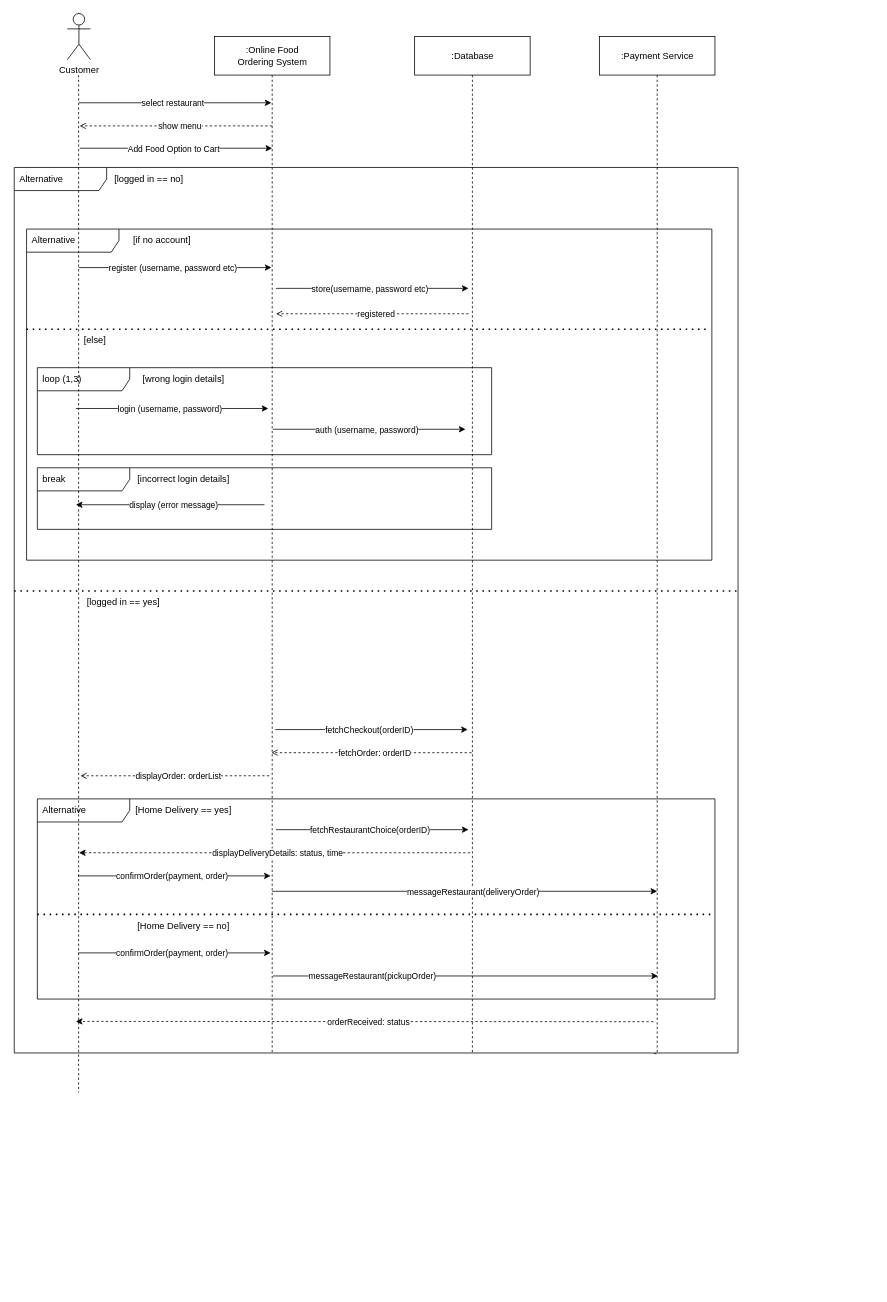
timhallberg/projectworkModellering keeps this draw.io diagram as page "Sequence diagram" (4 of 5) of Project work Modellering.drawio. Above is the earlier version. Source tidied: cells renumbered, new cells numbered last; positions are measured from the earlier drawing's top-left corner, leaving out a move shared by most shapes. Both pictures are drawn from the tidied source at 77%, with x=0, y=0 at pixel (14, 13).
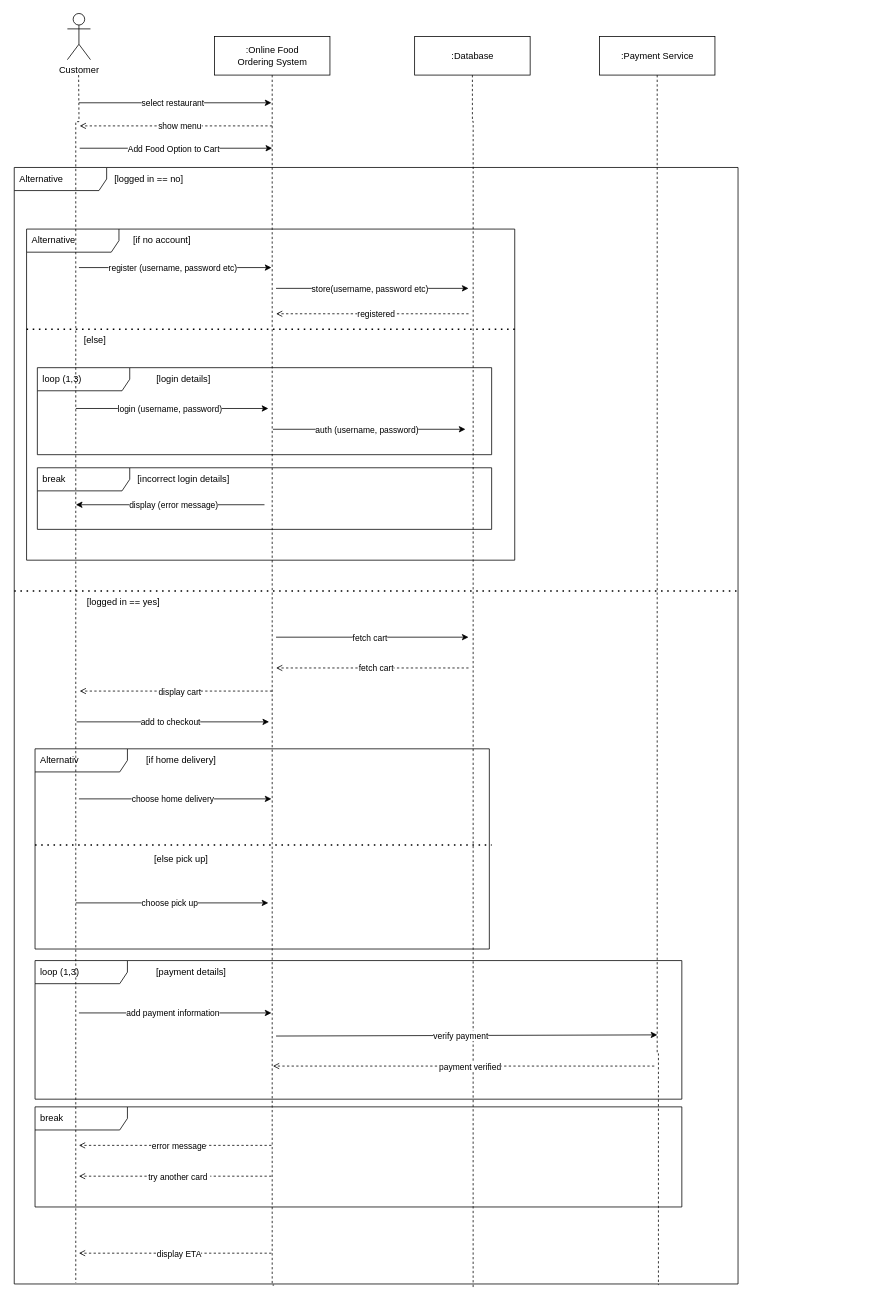
The same page after the edit.

Unchanged cells that the change refers to:
```xml
<mxCell id="5" value=":Online Food &lt;br&gt;Ordering System" style="html=1;" parent="1" vertex="1">
  <mxGeometry x="260" y="30" width="150" height="50" as="geometry" />
</mxCell>
<mxCell id="7" value=":Database" style="html=1;" parent="1" vertex="1">
  <mxGeometry x="520" y="30" width="150" height="50" as="geometry" />
</mxCell>
<mxCell id="16" value=":Payment Service" style="html=1;" parent="1" vertex="1">
  <mxGeometry x="760" y="30" width="150" height="50" as="geometry" />
</mxCell>
```

Change to the diagram source:
```diff
@@
     <mxCell id="2" value="Alternative" style="shape=umlFrame;whiteSpace=wrap;html=1;width=120;height=30;boundedLbl=1;verticalAlign=middle;align=left;spacingLeft=5;" parent="1" vertex="1">
-      <mxGeometry y="200" width="940" height="1150" as="geometry" />
+      <mxGeometry y="200" width="940" height="1450" as="geometry" />
     </mxCell>
     <mxCell id="3" value="Alternative" style="shape=umlFrame;whiteSpace=wrap;html=1;width=120;height=30;boundedLbl=1;verticalAlign=middle;align=left;spacingLeft=5;" parent="1" vertex="1">
-      <mxGeometry x="16" y="280" width="890" height="430" as="geometry" />
+      <mxGeometry x="16" y="280" width="634" height="430" as="geometry" />
     </mxCell>
-    <mxCell id="4" style="edgeStyle=orthogonalEdgeStyle;rounded=0;jettySize=auto;html=1;dashed=1;endArrow=none;endFill=0;" parent="1" edge="1" source="5">
+    <mxCell id="4" style="edgeStyle=orthogonalEdgeStyle;rounded=0;jettySize=auto;html=1;dashed=1;endArrow=none;endFill=0;entryX=0.359;entryY=1.001;entryDx=0;entryDy=0;entryPerimeter=0;" parent="1" edge="1" source="5" target="2">
       <mxGeometry relative="1" as="geometry">
-        <mxPoint x="335" y="1351.3" as="targetPoint" />
+        <Array as="points">
+          <mxPoint x="335" y="1651" />
+        </Array>
       </mxGeometry>
     </mxCell>
@@
-    <mxCell id="6" style="edgeStyle=orthogonalEdgeStyle;rounded=0;jettySize=auto;html=1;dashed=1;endArrow=none;endFill=0;" parent="1" edge="1" source="7">
-      <mxGeometry relative="1" as="geometry">
-        <mxPoint x="595" y="1351.7" as="targetPoint" />
-      </mxGeometry>
+    <mxCell id="6" style="edgeStyle=orthogonalEdgeStyle;rounded=0;jettySize=auto;html=1;dashed=1;endArrow=none;endFill=0;entryX=0.634;entryY=1.003;entryDx=0;entryDy=0;entryPerimeter=0;" parent="1" edge="1" source="7" target="2">
+      <mxGeometry relative="1" as="geometry" />
     </mxCell>
@@
-    <mxCell id="13" value="[wrong login details]" style="text;html=1;strokeColor=none;fillColor=none;align=center;verticalAlign=middle;whiteSpace=wrap;rounded=0;" parent="1" vertex="1">
+    <mxCell id="13" value="[login details]" style="text;html=1;strokeColor=none;fillColor=none;align=center;verticalAlign=middle;whiteSpace=wrap;rounded=0;" parent="1" vertex="1">
       <mxGeometry x="150" y="460" width="140" height="30" as="geometry" />
     </mxCell>
@@
-    <mxCell id="15" style="edgeStyle=orthogonalEdgeStyle;rounded=0;jettySize=auto;html=1;dashed=1;endArrow=none;endFill=0;" parent="1" edge="1" source="16">
+    <mxCell id="15" style="edgeStyle=orthogonalEdgeStyle;rounded=0;jettySize=auto;html=1;dashed=1;endArrow=none;endFill=0;entryX=0.89;entryY=1.001;entryDx=0;entryDy=0;entryPerimeter=0;" parent="1" edge="1" source="16" target="2">
       <mxGeometry relative="1" as="geometry">
-        <mxPoint x="830" y="1350.9" as="targetPoint" />
         <Array as="points">
           <mxPoint x="835" y="1351" />
+          <mxPoint x="837" y="1351" />
         </Array>
       </mxGeometry>
     </mxCell>
@@
-    <mxCell id="21" style="endArrow=classic;html=1;rounded=0;" parent="1" edge="1">
+    <mxCell id="21" value="&amp;nbsp;" style="endArrow=classic;html=1;rounded=0;" parent="1" edge="1">
       <mxGeometry relative="1" as="geometry">
-        <mxPoint x="339" y="930" as="sourcePoint" />
-        <mxPoint x="589" y="930" as="targetPoint" />
+        <mxPoint x="340" y="810" as="sourcePoint" />
+        <mxPoint x="590" y="810" as="targetPoint" />
       </mxGeometry>
     </mxCell>
-    <mxCell id="22" value="fetchCheckout(orderID)" style="edgeLabel;html=1;align=center;verticalAlign=middle;" parent="21" vertex="1">
+    <mxCell id="22" value="fetch cart" style="edgeLabel;html=1;align=center;verticalAlign=middle;" parent="21" vertex="1">
       <mxGeometry x="-0.03" relative="1" as="geometry" />
     </mxCell>
-    <mxCell id="23" style="endArrow=open;html=1;rounded=0;entryX=0.066;entryY=0.082;entryDx=0;entryDy=0;entryPerimeter=0;dashed=1;endFill=0;" parent="1" edge="1">
-      <mxGeometry relative="1" as="geometry">
-        <mxPoint x="593.9" y="960" as="sourcePoint" />
-        <mxPoint x="334" y="960" as="targetPoint" />
-      </mxGeometry>
-    </mxCell>
-    <mxCell id="24" value="fetchOrder: orderID" style="edgeLabel;html=1;align=center;verticalAlign=middle;" parent="23" vertex="1">
-      <mxGeometry x="-0.03" relative="1" as="geometry" />
-    </mxCell>
-    <mxCell id="25" style="endArrow=open;html=1;rounded=0;endSize=6;dashed=1;endFill=0;" parent="1" edge="1">
-      <mxGeometry relative="1" as="geometry">
-        <mxPoint x="331" y="990" as="sourcePoint" />
-        <mxPoint x="86" y="990" as="targetPoint" />
-      </mxGeometry>
-    </mxCell>
-    <mxCell id="26" value="displayOrder: orderList" style="edgeLabel;html=1;align=center;verticalAlign=middle;" parent="25" vertex="1">
-      <mxGeometry x="-0.03" relative="1" as="geometry" />
-    </mxCell>
@@
     <mxCell id="28" style="group;" parent="1" vertex="1">
-      <mxGeometry x="30" y="910" width="880" height="380" as="geometry" />
+      <mxGeometry x="27" y="910" width="1090" height="640" as="geometry" />
     </mxCell>
-    <mxCell id="29" value="Alternative" style="shape=umlFrame;whiteSpace=wrap;html=1;width=120;height=30;boundedLbl=1;verticalAlign=middle;align=left;spacingLeft=5;" parent="28" vertex="1">
-      <mxGeometry y="110" width="880" height="260" as="geometry" />
+    <mxCell id="29" value="Alternativ" style="shape=umlFrame;whiteSpace=wrap;html=1;width=120;height=30;boundedLbl=1;verticalAlign=middle;align=left;spacingLeft=5;" parent="28" vertex="1">
+      <mxGeometry y="45" width="590" height="260" as="geometry" />
     </mxCell>
-    <mxCell id="30" value="[Home Delivery == yes]" style="text;html=1;strokeColor=none;fillColor=none;align=center;verticalAlign=middle;whiteSpace=wrap;rounded=0;" parent="28" vertex="1">
-      <mxGeometry x="120" y="110" width="140" height="30" as="geometry" />
+    <mxCell id="30" value="[if home delivery]" style="text;html=1;strokeColor=none;fillColor=none;align=center;verticalAlign=middle;whiteSpace=wrap;rounded=0;" parent="28" vertex="1">
+      <mxGeometry x="120" y="45" width="140" height="30" as="geometry" />
     </mxCell>
     <mxCell id="31" style="endArrow=none;dashed=1;html=1;dashPattern=1 3;strokeWidth=2;rounded=0;" parent="28" edge="1">
       <mxGeometry relative="1" as="geometry">
-        <mxPoint y="260" as="sourcePoint" />
-        <mxPoint x="880" y="260" as="targetPoint" />
+        <mxPoint y="170" as="sourcePoint" />
+        <mxPoint x="593" y="170" as="targetPoint" />
       </mxGeometry>
     </mxCell>
-    <mxCell id="32" value="[Home Delivery == no]" style="text;html=1;strokeColor=none;fillColor=none;align=center;verticalAlign=middle;whiteSpace=wrap;rounded=0;" parent="28" vertex="1">
-      <mxGeometry x="120" y="260" width="140" height="30" as="geometry" />
+    <mxCell id="32" value="[else pick up]" style="text;html=1;strokeColor=none;fillColor=none;align=center;verticalAlign=middle;whiteSpace=wrap;rounded=0;" parent="28" vertex="1">
+      <mxGeometry x="120" y="173" width="140" height="30" as="geometry" />
     </mxCell>
-    <mxCell id="33" style="endArrow=classic;html=1;rounded=0;" parent="28" edge="1">
-      <mxGeometry relative="1" as="geometry">
-        <mxPoint x="53" y="210" as="sourcePoint" />
-        <mxPoint x="303" y="210" as="targetPoint" />
-      </mxGeometry>
-    </mxCell>
-    <mxCell id="34" value="confirmOrder(payment, order)" style="edgeLabel;html=1;align=center;verticalAlign=middle;" parent="33" vertex="1">
-      <mxGeometry x="-0.03" relative="1" as="geometry" />
-    </mxCell>
-    <mxCell id="35" style="endArrow=classic;html=1;rounded=0;" parent="28" edge="1">
-      <mxGeometry relative="1" as="geometry">
-        <mxPoint x="310" y="150" as="sourcePoint" />
-        <mxPoint x="560" y="150" as="targetPoint" />
-      </mxGeometry>
-    </mxCell>
-    <mxCell id="36" value="fetchRestaurantChoice(orderID)" style="edgeLabel;html=1;align=center;verticalAlign=middle;" parent="35" vertex="1">
-      <mxGeometry x="-0.03" relative="1" as="geometry" />
-    </mxCell>
-    <mxCell id="37" style="endArrow=classic;html=1;rounded=0;shadow=0;dashed=1;sketch=0;endSize=6;" parent="28" edge="1">
-      <mxGeometry relative="1" as="geometry">
-        <mxPoint x="562" y="180" as="sourcePoint" />
-        <mxPoint x="54" y="180" as="targetPoint" />
-      </mxGeometry>
-    </mxCell>
-    <mxCell id="38" value="displayDeliveryDetails: status, time" style="edgeLabel;html=1;align=center;verticalAlign=middle;" parent="37" vertex="1">
-      <mxGeometry x="-0.01" relative="1" as="geometry" />
-    </mxCell>
-    <mxCell id="39" style="endArrow=classic;html=1;rounded=0;shadow=0;sketch=0;endSize=6;" parent="28" edge="1">
-      <mxGeometry relative="1" as="geometry">
-        <mxPoint x="305" y="230" as="sourcePoint" />
-        <mxPoint x="805" y="230" as="targetPoint" />
-      </mxGeometry>
-    </mxCell>
-    <mxCell id="40" value="messageRestaurant(deliveryOrder)" style="edgeLabel;html=1;align=center;verticalAlign=middle;" parent="39" vertex="1">
-      <mxGeometry x="0.04" relative="1" as="geometry" />
-    </mxCell>
     <mxCell id="41" style="endArrow=classic;html=1;rounded=0;" parent="28" edge="1">
       <mxGeometry relative="1" as="geometry">
-        <mxPoint x="53" y="310" as="sourcePoint" />
-        <mxPoint x="303" y="310" as="targetPoint" />
+        <mxPoint x="53" y="245.1" as="sourcePoint" />
+        <mxPoint x="303" y="245.1" as="targetPoint" />
       </mxGeometry>
     </mxCell>
-    <mxCell id="42" value="confirmOrder(payment, order)" style="edgeLabel;html=1;align=center;verticalAlign=middle;" parent="41" vertex="1">
+    <mxCell id="42" value="choose pick up" style="edgeLabel;html=1;align=center;verticalAlign=middle;" parent="41" vertex="1">
       <mxGeometry x="-0.03" relative="1" as="geometry" />
     </mxCell>
-    <mxCell id="43" style="endArrow=classic;html=1;rounded=0;shadow=0;sketch=0;endSize=6;" parent="28" edge="1">
-      <mxGeometry relative="1" as="geometry">
-        <mxPoint x="306" y="340" as="sourcePoint" />
-        <mxPoint x="806" y="340" as="targetPoint" />
-      </mxGeometry>
-    </mxCell>
-    <mxCell id="44" value="messageRestaurant(pickupOrder)" style="edgeLabel;html=1;align=center;verticalAlign=middle;" parent="43" vertex="1">
-      <mxGeometry x="-0.49" y="1" relative="1" as="geometry" />
-    </mxCell>
-    <mxCell id="45" style="endArrow=classic;html=1;rounded=0;shadow=0;dashed=1;sketch=0;endSize=6;" parent="28" edge="1">
-      <mxGeometry relative="1" as="geometry">
-        <mxPoint x="800" y="399.4" as="sourcePoint" />
-        <mxPoint x="50" y="399" as="targetPoint" />
-      </mxGeometry>
-    </mxCell>
-    <mxCell id="46" value="orderReceived: status" style="edgeLabel;html=1;align=center;verticalAlign=middle;" parent="45" vertex="1">
-      <mxGeometry x="-0.01" relative="1" as="geometry" />
-    </mxCell>
+    <mxCell id="65" value="&amp;nbsp;" style="endArrow=classic;html=1;rounded=0;" parent="28" edge="1">
+      <mxGeometry relative="1" as="geometry">
+        <mxPoint x="54" y="10" as="sourcePoint" />
+        <mxPoint x="304" y="10" as="targetPoint" />
+      </mxGeometry>
+    </mxCell>
+    <mxCell id="66" value="add to checkout" style="edgeLabel;html=1;align=center;verticalAlign=middle;" parent="65" vertex="1">
+      <mxGeometry x="-0.03" relative="1" as="geometry" />
+    </mxCell>
+    <mxCell id="67" style="endArrow=classic;html=1;rounded=0;" parent="28" edge="1">
+      <mxGeometry relative="1" as="geometry">
+        <mxPoint x="57" y="110" as="sourcePoint" />
+        <mxPoint x="307" y="110" as="targetPoint" />
+      </mxGeometry>
+    </mxCell>
+    <mxCell id="68" value="choose home delivery" style="edgeLabel;html=1;align=center;verticalAlign=middle;" parent="67" vertex="1">
+      <mxGeometry x="-0.03" relative="1" as="geometry" />
+    </mxCell>
+    <mxCell id="69" style="endArrow=classic;html=1;rounded=0;" parent="28" edge="1">
+      <mxGeometry relative="1" as="geometry">
+        <mxPoint x="57" y="388" as="sourcePoint" />
+        <mxPoint x="307" y="388" as="targetPoint" />
+      </mxGeometry>
+    </mxCell>
+    <mxCell id="70" value="add payment information" style="edgeLabel;html=1;align=center;verticalAlign=middle;" parent="69" vertex="1">
+      <mxGeometry x="-0.03" relative="1" as="geometry" />
+    </mxCell>
+    <mxCell id="71" value="loop (1,3)" style="shape=umlFrame;whiteSpace=wrap;html=1;width=120;height=30;boundedLbl=1;verticalAlign=middle;align=left;spacingLeft=5;" parent="28" vertex="1">
+      <mxGeometry y="320" width="840" height="180" as="geometry" />
+    </mxCell>
+    <mxCell id="72" value="break" style="shape=umlFrame;whiteSpace=wrap;html=1;width=120;height=30;boundedLbl=1;verticalAlign=middle;align=left;spacingLeft=5;" parent="28" vertex="1">
+      <mxGeometry y="510" width="840" height="130" as="geometry" />
+    </mxCell>
+    <mxCell id="73" style="endArrow=open;html=1;rounded=0;entryX=0.066;entryY=0.082;entryDx=0;entryDy=0;entryPerimeter=0;dashed=1;endFill=0;" parent="28" edge="1">
+      <mxGeometry relative="1" as="geometry">
+        <mxPoint x="804.2" y="457" as="sourcePoint" />
+        <mxPoint x="309" y="457" as="targetPoint" />
+      </mxGeometry>
+    </mxCell>
+    <mxCell id="74" value="payment verified" style="edgeLabel;html=1;align=center;verticalAlign=middle;" parent="73" vertex="1">
+      <mxGeometry x="-0.03" relative="1" as="geometry" />
+    </mxCell>
+    <mxCell id="75" style="endArrow=open;html=1;rounded=0;entryX=0.066;entryY=0.082;entryDx=0;entryDy=0;entryPerimeter=0;dashed=1;endFill=0;" parent="28" edge="1">
+      <mxGeometry relative="1" as="geometry">
+        <mxPoint x="307" y="560" as="sourcePoint" />
+        <mxPoint x="57" y="560" as="targetPoint" />
+      </mxGeometry>
+    </mxCell>
+    <mxCell id="76" value="error message" style="edgeLabel;html=1;align=center;verticalAlign=middle;" parent="75" vertex="1">
+      <mxGeometry x="-0.03" relative="1" as="geometry" />
+    </mxCell>
+    <mxCell id="77" style="endArrow=open;html=1;rounded=0;entryX=0.066;entryY=0.082;entryDx=0;entryDy=0;entryPerimeter=0;dashed=1;endFill=0;" parent="28" edge="1">
+      <mxGeometry relative="1" as="geometry">
+        <mxPoint x="307" y="600" as="sourcePoint" />
+        <mxPoint x="57" y="600" as="targetPoint" />
+      </mxGeometry>
+    </mxCell>
+    <mxCell id="78" value="try another card&amp;nbsp;" style="edgeLabel;html=1;align=center;verticalAlign=middle;" parent="77" vertex="1">
+      <mxGeometry x="-0.03" relative="1" as="geometry" />
+    </mxCell>
-    <mxCell id="47" style="edgeStyle=orthogonalEdgeStyle;rounded=0;orthogonalLoop=1;jettySize=auto;html=1;dashed=1;endArrow=none;endFill=0;" parent="1" edge="1">
+    <mxCell id="47" style="edgeStyle=orthogonalEdgeStyle;rounded=0;jettySize=auto;html=1;dashed=1;endArrow=none;endFill=0;entryX=0.085;entryY=0.999;entryDx=0;entryDy=0;entryPerimeter=0;" parent="1" edge="1" target="2">
       <mxGeometry relative="1" as="geometry">
         <mxPoint x="83.6" y="80" as="sourcePoint" />
-        <mxPoint x="83.6" y="1401.3" as="targetPoint" />
       </mxGeometry>
     </mxCell>
@@
     <mxCell id="61" style="endArrow=none;dashed=1;html=1;dashPattern=1 3;strokeWidth=2;rounded=0;shadow=0;sketch=0;endSize=6;" parent="1" edge="1">
       <mxGeometry relative="1" as="geometry">
         <mxPoint x="16" y="410" as="sourcePoint" />
-        <mxPoint x="900" y="410" as="targetPoint" />
+        <mxPoint x="650" y="410" as="targetPoint" />
       </mxGeometry>
     </mxCell>
@@
+    <mxCell id="79" style="endArrow=open;html=1;rounded=0;entryX=0.066;entryY=0.082;entryDx=0;entryDy=0;entryPerimeter=0;dashed=1;endFill=0;" parent="1" edge="1">
+      <mxGeometry relative="1" as="geometry">
+        <mxPoint x="590" y="850" as="sourcePoint" />
+        <mxPoint x="340" y="850" as="targetPoint" />
+      </mxGeometry>
+    </mxCell>
+    <mxCell id="80" value="fetch cart" style="edgeLabel;html=1;align=center;verticalAlign=middle;" parent="79" vertex="1">
+      <mxGeometry x="-0.03" relative="1" as="geometry" />
+    </mxCell>
+    <mxCell id="81" style="endArrow=open;html=1;rounded=0;entryX=0.066;entryY=0.082;entryDx=0;entryDy=0;entryPerimeter=0;dashed=1;endFill=0;" parent="1" edge="1">
+      <mxGeometry relative="1" as="geometry">
+        <mxPoint x="335" y="880" as="sourcePoint" />
+        <mxPoint x="85" y="880" as="targetPoint" />
+      </mxGeometry>
+    </mxCell>
+    <mxCell id="82" value="display cart" style="edgeLabel;html=1;align=center;verticalAlign=middle;" parent="81" vertex="1">
+      <mxGeometry x="-0.03" relative="1" as="geometry" />
+    </mxCell>
+    <mxCell id="83" style="endArrow=classic;html=1;rounded=0;entryX=0.915;entryY=0.996;entryDx=0;entryDy=0;entryPerimeter=0;" parent="1" edge="1">
+      <mxGeometry relative="1" as="geometry">
+        <mxPoint x="340" y="1328" as="sourcePoint" />
+        <mxPoint x="835.2" y="1326.5" as="targetPoint" />
+      </mxGeometry>
+    </mxCell>
+    <mxCell id="84" value="verify payment" style="edgeLabel;html=1;align=center;verticalAlign=middle;" parent="83" vertex="1">
+      <mxGeometry x="-0.03" relative="1" as="geometry" />
+    </mxCell>
+    <mxCell id="85" value="[payment details]" style="text;html=1;strokeColor=none;fillColor=none;align=center;verticalAlign=middle;whiteSpace=wrap;rounded=0;" parent="1" vertex="1">
+      <mxGeometry x="150" y="1230" width="160" height="30" as="geometry" />
+    </mxCell>
+    <mxCell id="86" style="endArrow=open;html=1;rounded=0;entryX=0.066;entryY=0.082;entryDx=0;entryDy=0;entryPerimeter=0;dashed=1;endFill=0;" parent="1" edge="1">
+      <mxGeometry relative="1" as="geometry">
+        <mxPoint x="334" y="1610" as="sourcePoint" />
+        <mxPoint x="84" y="1610" as="targetPoint" />
+      </mxGeometry>
+    </mxCell>
+    <mxCell id="87" value="display ETA" style="edgeLabel;html=1;align=center;verticalAlign=middle;" parent="86" vertex="1">
+      <mxGeometry x="-0.03" relative="1" as="geometry" />
+    </mxCell>
```
